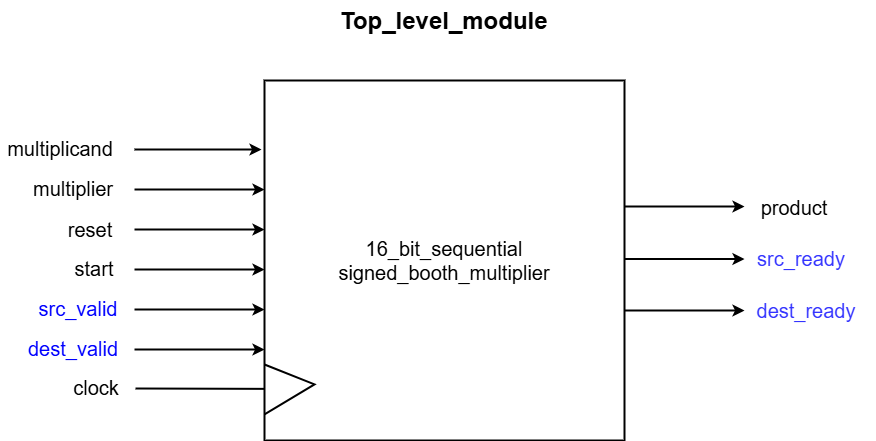
Earlier version of the draw.io export Nasir/src/valid_ready_interface_seq_multiplier/docs/Top_level_diagram.png (medsuet/Xcelerium-IC-Design-Training). Source tidied: cells renumbered, new cells last; positions are measured from the earlier drawing's top-left corner, leaving out a move shared by most shapes. Its diagram source:
```xml
<mxGraphModel>
  <root>
    <mxCell id="0" />
    <mxCell id="1" parent="0" />
    <mxCell id="2" value="&lt;font style=&quot;font-size: 20px;&quot;&gt;16_bit_sequential&lt;/font&gt;&lt;div style=&quot;font-size: 20px;&quot;&gt;&lt;font style=&quot;font-size: 20px;&quot;&gt;signed_booth_multiplier&lt;/font&gt;&lt;/div&gt;" style="whiteSpace=wrap;html=1;strokeWidth=2;" parent="1" vertex="1">
      <mxGeometry x="264" y="80" width="360" height="360" as="geometry" />
    </mxCell>
    <mxCell id="3" style="endArrow=none;html=1;rounded=0;entryX=0.192;entryY=0.462;entryDx=0;entryDy=0;entryPerimeter=0;exitX=0;exitY=0.923;exitDx=0;exitDy=0;exitPerimeter=0;strokeWidth=2;" parent="1" edge="1">
      <mxGeometry relative="1" as="geometry">
        <mxPoint x="264" y="413.9" as="sourcePoint" />
        <mxPoint x="264" y="364" as="targetPoint" />
        <Array as="points">
          <mxPoint x="314" y="383.9" />
        </Array>
      </mxGeometry>
    </mxCell>
    <mxCell id="4" style="endArrow=classic;html=1;rounded=0;strokeWidth=2;" parent="1" edge="1">
      <mxGeometry relative="1" as="geometry">
        <mxPoint x="134" y="149" as="sourcePoint" />
        <mxPoint x="261" y="149" as="targetPoint" />
      </mxGeometry>
    </mxCell>
    <mxCell id="5" style="endArrow=classic;html=1;rounded=0;entryX=0;entryY=0.115;entryDx=0;entryDy=0;entryPerimeter=0;strokeWidth=2;" parent="1" edge="1">
      <mxGeometry relative="1" as="geometry">
        <mxPoint x="134" y="189" as="sourcePoint" />
        <mxPoint x="264" y="189" as="targetPoint" />
      </mxGeometry>
    </mxCell>
    <mxCell id="6" style="endArrow=classic;html=1;rounded=0;entryX=0;entryY=0.115;entryDx=0;entryDy=0;entryPerimeter=0;strokeWidth=2;" parent="1" edge="1">
      <mxGeometry relative="1" as="geometry">
        <mxPoint x="134" y="229" as="sourcePoint" />
        <mxPoint x="264" y="229" as="targetPoint" />
      </mxGeometry>
    </mxCell>
    <mxCell id="7" style="endArrow=classic;html=1;rounded=0;entryX=0;entryY=0.115;entryDx=0;entryDy=0;entryPerimeter=0;strokeWidth=2;" parent="1" edge="1">
      <mxGeometry relative="1" as="geometry">
        <mxPoint x="134" y="269" as="sourcePoint" />
        <mxPoint x="264" y="269" as="targetPoint" />
      </mxGeometry>
    </mxCell>
    <mxCell id="8" value="&lt;font style=&quot;font-size: 20px;&quot;&gt;multiplicand&lt;/font&gt;" style="text;html=1;align=center;verticalAlign=middle;whiteSpace=wrap;rounded=0;strokeWidth=2;" parent="1" vertex="1">
      <mxGeometry y="128" width="120" height="40" as="geometry" />
    </mxCell>
    <mxCell id="9" value="&lt;font style=&quot;font-size: 20px;&quot;&gt;multiplier&lt;/font&gt;" style="text;html=1;align=center;verticalAlign=middle;whiteSpace=wrap;rounded=0;strokeWidth=2;" parent="1" vertex="1">
      <mxGeometry x="13" y="168" width="120" height="40" as="geometry" />
    </mxCell>
    <mxCell id="10" value="&lt;font style=&quot;font-size: 20px;&quot;&gt;reset&lt;/font&gt;" style="text;html=1;align=center;verticalAlign=middle;whiteSpace=wrap;rounded=0;strokeWidth=2;" parent="1" vertex="1">
      <mxGeometry x="20" y="209" width="140" height="40" as="geometry" />
    </mxCell>
    <mxCell id="11" value="&lt;font style=&quot;font-size: 20px;&quot;&gt;start&lt;/font&gt;" style="text;html=1;align=center;verticalAlign=middle;whiteSpace=wrap;rounded=0;strokeWidth=2;" parent="1" vertex="1">
      <mxGeometry x="24" y="248" width="140" height="40" as="geometry" />
    </mxCell>
    <mxCell id="12" style="endArrow=none;html=1;rounded=0;entryX=-0.01;entryY=0.886;entryDx=0;entryDy=0;entryPerimeter=0;strokeWidth=2;" parent="1" edge="1">
      <mxGeometry relative="1" as="geometry">
        <mxPoint x="135" y="388" as="sourcePoint" />
        <mxPoint x="264" y="388.4" as="targetPoint" />
      </mxGeometry>
    </mxCell>
    <mxCell id="13" value="&lt;font style=&quot;font-size: 20px;&quot;&gt;clock&lt;/font&gt;" style="text;html=1;align=center;verticalAlign=middle;whiteSpace=wrap;rounded=0;strokeWidth=2;" parent="1" vertex="1">
      <mxGeometry x="26" y="367" width="140" height="40" as="geometry" />
    </mxCell>
    <mxCell id="14" value="&lt;font style=&quot;font-size: 20px;&quot;&gt;product&lt;/font&gt;" style="text;html=1;align=center;verticalAlign=middle;whiteSpace=wrap;rounded=0;strokeWidth=2;" parent="1" vertex="1">
      <mxGeometry x="724" y="187" width="140" height="40" as="geometry" />
    </mxCell>
    <mxCell id="15" value="&lt;h1 style=&quot;margin-top: 0px;&quot;&gt;Top_level_module&lt;/h1&gt;" style="text;html=1;whiteSpace=wrap;overflow=hidden;rounded=0;" parent="1" vertex="1">
      <mxGeometry x="338" width="250" height="120" as="geometry" />
    </mxCell>
    <mxCell id="16" style="endArrow=classic;html=1;rounded=0;entryX=0;entryY=0.115;entryDx=0;entryDy=0;entryPerimeter=0;strokeWidth=2;" parent="1" edge="1">
      <mxGeometry relative="1" as="geometry">
        <mxPoint x="134" y="309" as="sourcePoint" />
        <mxPoint x="264" y="309" as="targetPoint" />
      </mxGeometry>
    </mxCell>
    <mxCell id="17" style="endArrow=classic;html=1;rounded=0;entryX=0;entryY=0.115;entryDx=0;entryDy=0;entryPerimeter=0;strokeWidth=2;" parent="1" edge="1">
      <mxGeometry relative="1" as="geometry">
        <mxPoint x="134" y="349" as="sourcePoint" />
        <mxPoint x="264" y="349" as="targetPoint" />
      </mxGeometry>
    </mxCell>
    <mxCell id="18" value="&lt;font color=&quot;#0000ff&quot; style=&quot;font-size: 20px;&quot;&gt;src_valid&lt;/font&gt;" style="text;html=1;align=center;verticalAlign=middle;whiteSpace=wrap;rounded=0;strokeWidth=2;" parent="1" vertex="1">
      <mxGeometry x="8" y="288" width="140" height="40" as="geometry" />
    </mxCell>
    <mxCell id="19" value="&lt;font color=&quot;#0000ff&quot; style=&quot;font-size: 20px;&quot;&gt;dest_valid&lt;/font&gt;" style="text;html=1;align=center;verticalAlign=middle;whiteSpace=wrap;rounded=0;strokeWidth=2;" parent="1" vertex="1">
      <mxGeometry x="3" y="328" width="140" height="40" as="geometry" />
    </mxCell>
    <mxCell id="20" style="edgeStyle=none;orthogonalLoop=1;jettySize=auto;html=1;rounded=0;strokeWidth=2;" parent="1" edge="1">
      <mxGeometry relative="1" as="geometry">
        <mxPoint x="624" y="206" as="sourcePoint" />
        <mxPoint x="744" y="206" as="targetPoint" />
      </mxGeometry>
    </mxCell>
    <mxCell id="21" style="edgeStyle=none;orthogonalLoop=1;jettySize=auto;html=1;rounded=0;strokeWidth=2;" parent="1" edge="1">
      <mxGeometry relative="1" as="geometry">
        <mxPoint x="624" y="258.5" as="sourcePoint" />
        <mxPoint x="744" y="258.5" as="targetPoint" />
      </mxGeometry>
    </mxCell>
    <mxCell id="22" style="edgeStyle=none;orthogonalLoop=1;jettySize=auto;html=1;rounded=0;strokeWidth=2;" parent="1" edge="1">
      <mxGeometry relative="1" as="geometry">
        <mxPoint x="624" y="310" as="sourcePoint" />
        <mxPoint x="744" y="310" as="targetPoint" />
      </mxGeometry>
    </mxCell>
    <mxCell id="23" value="&lt;font color=&quot;#3333ff&quot; style=&quot;font-size: 20px;&quot;&gt;src_ready&lt;/font&gt;" style="text;html=1;align=center;verticalAlign=middle;whiteSpace=wrap;rounded=0;strokeWidth=2;" parent="1" vertex="1">
      <mxGeometry x="731" y="238" width="140" height="40" as="geometry" />
    </mxCell>
    <mxCell id="24" value="&lt;font color=&quot;#3333ff&quot; style=&quot;font-size: 20px;&quot;&gt;dest_ready&lt;/font&gt;" style="text;html=1;align=center;verticalAlign=middle;whiteSpace=wrap;rounded=0;strokeWidth=2;" parent="1" vertex="1">
      <mxGeometry x="736" y="290" width="140" height="40" as="geometry" />
    </mxCell>
  </root>
</mxGraphModel>
```
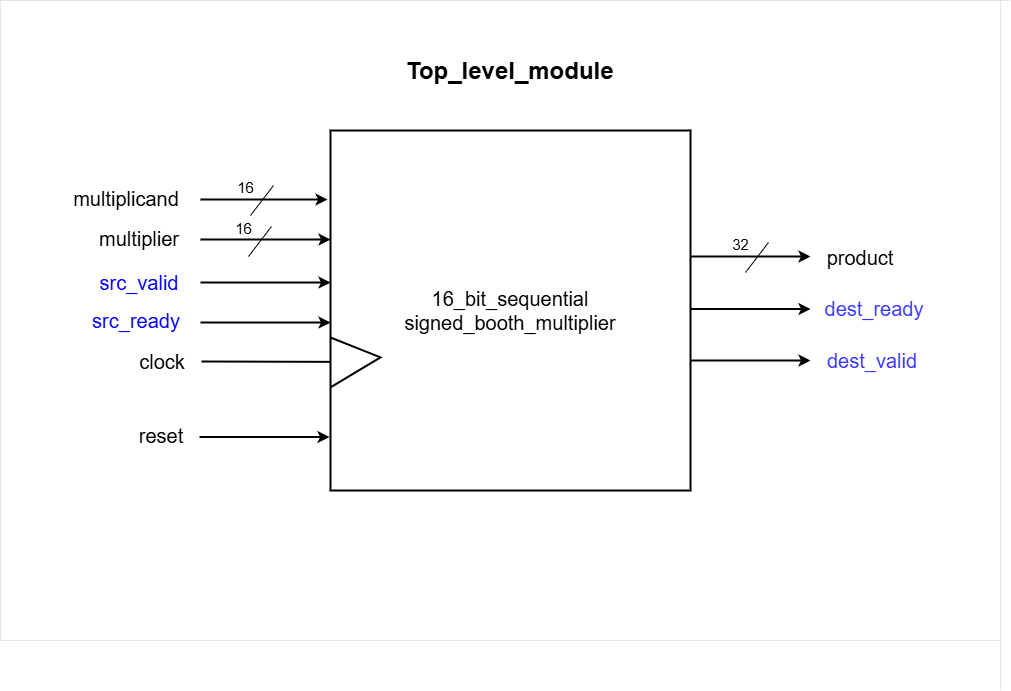
The same diagram one commit later.

Diff of the diagram source:
```diff
@@ -7,10 +7,10 @@
     </mxCell>
     <mxCell id="3" style="endArrow=none;html=1;rounded=0;entryX=0.192;entryY=0.462;entryDx=0;entryDy=0;entryPerimeter=0;exitX=0;exitY=0.923;exitDx=0;exitDy=0;exitPerimeter=0;strokeWidth=2;" parent="1" edge="1">
       <mxGeometry relative="1" as="geometry">
-        <mxPoint x="264" y="413.9" as="sourcePoint" />
-        <mxPoint x="264" y="364" as="targetPoint" />
+        <mxPoint x="264" y="336.9" as="sourcePoint" />
+        <mxPoint x="264" y="287" as="targetPoint" />
         <Array as="points">
-          <mxPoint x="314" y="383.9" />
+          <mxPoint x="314" y="306.9" />
         </Array>
       </mxGeometry>
     </mxCell>
@@ -28,16 +28,10 @@
     </mxCell>
     <mxCell id="6" style="endArrow=classic;html=1;rounded=0;entryX=0;entryY=0.115;entryDx=0;entryDy=0;entryPerimeter=0;strokeWidth=2;" parent="1" edge="1">
       <mxGeometry relative="1" as="geometry">
-        <mxPoint x="134" y="229" as="sourcePoint" />
-        <mxPoint x="264" y="229" as="targetPoint" />
+        <mxPoint x="133" y="386.5" as="sourcePoint" />
+        <mxPoint x="263" y="386.5" as="targetPoint" />
       </mxGeometry>
     </mxCell>
-    <mxCell id="7" style="endArrow=classic;html=1;rounded=0;entryX=0;entryY=0.115;entryDx=0;entryDy=0;entryPerimeter=0;strokeWidth=2;" parent="1" edge="1">
-      <mxGeometry relative="1" as="geometry">
-        <mxPoint x="134" y="269" as="sourcePoint" />
-        <mxPoint x="264" y="269" as="targetPoint" />
-      </mxGeometry>
-    </mxCell>
     <mxCell id="8" value="&lt;font style=&quot;font-size: 20px;&quot;&gt;multiplicand&lt;/font&gt;" style="text;html=1;align=center;verticalAlign=middle;whiteSpace=wrap;rounded=0;strokeWidth=2;" parent="1" vertex="1">
       <mxGeometry y="128" width="120" height="40" as="geometry" />
     </mxCell>
@@ -45,19 +39,16 @@
       <mxGeometry x="13" y="168" width="120" height="40" as="geometry" />
     </mxCell>
     <mxCell id="10" value="&lt;font style=&quot;font-size: 20px;&quot;&gt;reset&lt;/font&gt;" style="text;html=1;align=center;verticalAlign=middle;whiteSpace=wrap;rounded=0;strokeWidth=2;" parent="1" vertex="1">
-      <mxGeometry x="20" y="209" width="140" height="40" as="geometry" />
+      <mxGeometry x="25" y="365" width="140" height="40" as="geometry" />
     </mxCell>
-    <mxCell id="11" value="&lt;font style=&quot;font-size: 20px;&quot;&gt;start&lt;/font&gt;" style="text;html=1;align=center;verticalAlign=middle;whiteSpace=wrap;rounded=0;strokeWidth=2;" parent="1" vertex="1">
-      <mxGeometry x="24" y="248" width="140" height="40" as="geometry" />
-    </mxCell>
     <mxCell id="12" style="endArrow=none;html=1;rounded=0;entryX=-0.01;entryY=0.886;entryDx=0;entryDy=0;entryPerimeter=0;strokeWidth=2;" parent="1" edge="1">
       <mxGeometry relative="1" as="geometry">
-        <mxPoint x="135" y="388" as="sourcePoint" />
-        <mxPoint x="264" y="388.4" as="targetPoint" />
+        <mxPoint x="135" y="311" as="sourcePoint" />
+        <mxPoint x="264" y="311.4" as="targetPoint" />
       </mxGeometry>
     </mxCell>
     <mxCell id="13" value="&lt;font style=&quot;font-size: 20px;&quot;&gt;clock&lt;/font&gt;" style="text;html=1;align=center;verticalAlign=middle;whiteSpace=wrap;rounded=0;strokeWidth=2;" parent="1" vertex="1">
-      <mxGeometry x="26" y="367" width="140" height="40" as="geometry" />
+      <mxGeometry x="26" y="291" width="140" height="40" as="geometry" />
     </mxCell>
     <mxCell id="14" value="&lt;font style=&quot;font-size: 20px;&quot;&gt;product&lt;/font&gt;" style="text;html=1;align=center;verticalAlign=middle;whiteSpace=wrap;rounded=0;strokeWidth=2;" parent="1" vertex="1">
       <mxGeometry x="724" y="187" width="140" height="40" as="geometry" />
@@ -67,21 +58,21 @@
     </mxCell>
     <mxCell id="16" style="endArrow=classic;html=1;rounded=0;entryX=0;entryY=0.115;entryDx=0;entryDy=0;entryPerimeter=0;strokeWidth=2;" parent="1" edge="1">
       <mxGeometry relative="1" as="geometry">
-        <mxPoint x="134" y="309" as="sourcePoint" />
-        <mxPoint x="264" y="309" as="targetPoint" />
+        <mxPoint x="134" y="232" as="sourcePoint" />
+        <mxPoint x="264" y="232" as="targetPoint" />
       </mxGeometry>
     </mxCell>
     <mxCell id="17" style="endArrow=classic;html=1;rounded=0;entryX=0;entryY=0.115;entryDx=0;entryDy=0;entryPerimeter=0;strokeWidth=2;" parent="1" edge="1">
       <mxGeometry relative="1" as="geometry">
-        <mxPoint x="134" y="349" as="sourcePoint" />
-        <mxPoint x="264" y="349" as="targetPoint" />
+        <mxPoint x="134" y="272" as="sourcePoint" />
+        <mxPoint x="264" y="272" as="targetPoint" />
       </mxGeometry>
     </mxCell>
     <mxCell id="18" value="&lt;font color=&quot;#0000ff&quot; style=&quot;font-size: 20px;&quot;&gt;src_valid&lt;/font&gt;" style="text;html=1;align=center;verticalAlign=middle;whiteSpace=wrap;rounded=0;strokeWidth=2;" parent="1" vertex="1">
-      <mxGeometry x="8" y="288" width="140" height="40" as="geometry" />
+      <mxGeometry x="3" y="212" width="140" height="40" as="geometry" />
     </mxCell>
-    <mxCell id="19" value="&lt;font color=&quot;#0000ff&quot; style=&quot;font-size: 20px;&quot;&gt;dest_valid&lt;/font&gt;" style="text;html=1;align=center;verticalAlign=middle;whiteSpace=wrap;rounded=0;strokeWidth=2;" parent="1" vertex="1">
-      <mxGeometry x="3" y="328" width="140" height="40" as="geometry" />
+    <mxCell id="19" value="&lt;font color=&quot;#0000ff&quot; style=&quot;font-size: 20px;&quot;&gt;src_ready&lt;/font&gt;" style="text;html=1;align=center;verticalAlign=middle;whiteSpace=wrap;rounded=0;strokeWidth=2;" parent="1" vertex="1">
+      <mxGeometry y="250" width="140" height="40" as="geometry" />
     </mxCell>
     <mxCell id="20" style="edgeStyle=none;orthogonalLoop=1;jettySize=auto;html=1;rounded=0;strokeWidth=2;" parent="1" edge="1">
       <mxGeometry relative="1" as="geometry">
@@ -101,11 +92,62 @@
         <mxPoint x="744" y="310" as="targetPoint" />
       </mxGeometry>
     </mxCell>
-    <mxCell id="23" value="&lt;font color=&quot;#3333ff&quot; style=&quot;font-size: 20px;&quot;&gt;src_ready&lt;/font&gt;" style="text;html=1;align=center;verticalAlign=middle;whiteSpace=wrap;rounded=0;strokeWidth=2;" parent="1" vertex="1">
-      <mxGeometry x="731" y="238" width="140" height="40" as="geometry" />
+    <mxCell id="23" value="&lt;font color=&quot;#3333ff&quot; style=&quot;font-size: 20px;&quot;&gt;dest_ready&lt;/font&gt;" style="text;html=1;align=center;verticalAlign=middle;whiteSpace=wrap;rounded=0;strokeWidth=2;" parent="1" vertex="1">
+      <mxGeometry x="738" y="238" width="140" height="40" as="geometry" />
     </mxCell>
-    <mxCell id="24" value="&lt;font color=&quot;#3333ff&quot; style=&quot;font-size: 20px;&quot;&gt;dest_ready&lt;/font&gt;" style="text;html=1;align=center;verticalAlign=middle;whiteSpace=wrap;rounded=0;strokeWidth=2;" parent="1" vertex="1">
+    <mxCell id="24" value="&lt;font color=&quot;#3333ff&quot; style=&quot;font-size: 20px;&quot;&gt;dest_valid&lt;/font&gt;" style="text;html=1;align=center;verticalAlign=middle;whiteSpace=wrap;rounded=0;strokeWidth=2;" parent="1" vertex="1">
       <mxGeometry x="736" y="290" width="140" height="40" as="geometry" />
     </mxCell>
+    <mxCell id="25" style="endArrow=none;html=1;rounded=0;" parent="1" edge="1">
+      <mxGeometry relative="1" as="geometry">
+        <mxPoint x="184" y="165" as="sourcePoint" />
+        <mxPoint x="207" y="135" as="targetPoint" />
+      </mxGeometry>
+    </mxCell>
+    <mxCell id="26" value="&lt;font style=&quot;font-size: 15px;&quot;&gt;16&lt;/font&gt;" style="text;html=1;align=center;verticalAlign=middle;strokeColor=none;fillColor=none;" parent="1" vertex="1">
+      <mxGeometry x="159" y="122" width="40" height="30" as="geometry" />
+    </mxCell>
+    <mxCell id="27" style="endArrow=none;html=1;rounded=0;" parent="1" edge="1">
+      <mxGeometry relative="1" as="geometry">
+        <mxPoint x="182" y="206" as="sourcePoint" />
+        <mxPoint x="205" y="176" as="targetPoint" />
+      </mxGeometry>
+    </mxCell>
+    <mxCell id="28" value="&lt;font style=&quot;font-size: 15px;&quot;&gt;16&lt;/font&gt;" style="text;html=1;align=center;verticalAlign=middle;strokeColor=none;fillColor=none;" parent="1" vertex="1">
+      <mxGeometry x="157" y="163" width="40" height="30" as="geometry" />
+    </mxCell>
+    <mxCell id="29" style="endArrow=none;html=1;rounded=0;" parent="1" edge="1">
+      <mxGeometry relative="1" as="geometry">
+        <mxPoint x="679" y="222" as="sourcePoint" />
+        <mxPoint x="702" y="192" as="targetPoint" />
+      </mxGeometry>
+    </mxCell>
+    <mxCell id="30" value="&lt;font style=&quot;font-size: 15px;&quot;&gt;32&lt;/font&gt;" style="text;html=1;align=center;verticalAlign=middle;strokeColor=none;fillColor=none;" parent="1" vertex="1">
+      <mxGeometry x="654" y="179" width="40" height="30" as="geometry" />
+    </mxCell>
+    <mxCell id="31" style="endArrow=none;dashed=1;html=1;dashPattern=1 3;strokeWidth=0;rounded=0;" parent="1" edge="1">
+      <mxGeometry relative="1" as="geometry">
+        <mxPoint x="-66" y="590" as="sourcePoint" />
+        <mxPoint x="-66" y="-50" as="targetPoint" />
+      </mxGeometry>
+    </mxCell>
+    <mxCell id="32" style="endArrow=none;dashed=1;html=1;dashPattern=1 3;strokeWidth=0;rounded=0;" parent="1" edge="1">
+      <mxGeometry relative="1" as="geometry">
+        <mxPoint x="934" y="640" as="sourcePoint" />
+        <mxPoint x="934" y="-50" as="targetPoint" />
+      </mxGeometry>
+    </mxCell>
+    <mxCell id="33" style="endArrow=none;dashed=1;html=1;dashPattern=1 3;strokeWidth=0;rounded=0;" parent="1" edge="1">
+      <mxGeometry relative="1" as="geometry">
+        <mxPoint x="944" y="-50" as="sourcePoint" />
+        <mxPoint x="-66" y="-50" as="targetPoint" />
+      </mxGeometry>
+    </mxCell>
+    <mxCell id="34" style="endArrow=none;dashed=1;html=1;dashPattern=1 3;strokeWidth=0;rounded=0;" parent="1" edge="1">
+      <mxGeometry relative="1" as="geometry">
+        <mxPoint x="933" y="590" as="sourcePoint" />
+        <mxPoint x="-66" y="590" as="targetPoint" />
+      </mxGeometry>
+    </mxCell>
   </root>
 </mxGraphModel>
```
